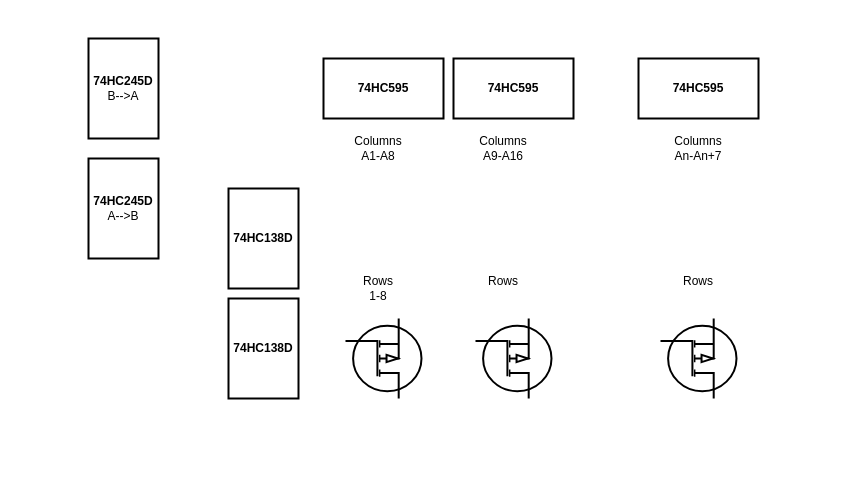
Before: Tesis/Pics/blockDiagram.drawio in charlieromano/PIDS, a draw.io diagram. Source tidied: cells renumbered, new cells numbered last; positions are measured from the earlier drawing's top-left corner, leaving out a move shared by most shapes. Both pictures are drawn from the tidied source at 100%, with x=0, y=0 at pixel (88, 38). Pictures stored in the file or linked from it are replaced by grey dashed boxes.
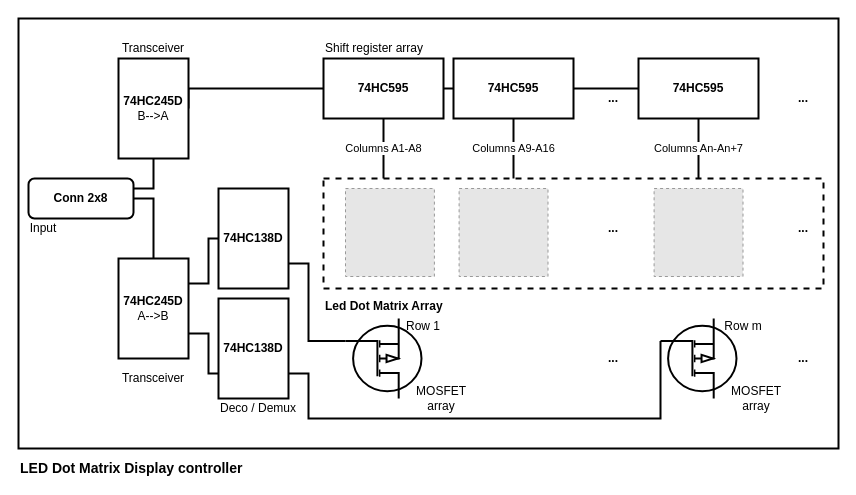
After the change.

The change refers to these unchanged cells:
```xml
<mxCell id="6" value="&lt;b&gt;74HC595&lt;/b&gt;" style="rounded=0;whiteSpace=wrap;html=1;strokeWidth=2;" parent="1" vertex="1">
  <mxGeometry x="235" y="20" width="120" height="60" as="geometry" />
</mxCell>
<mxCell id="7" value="&lt;b&gt;74HC595&lt;/b&gt;" style="rounded=0;whiteSpace=wrap;html=1;strokeWidth=2;" parent="1" vertex="1">
  <mxGeometry x="365" y="20" width="120" height="60" as="geometry" />
</mxCell>
<mxCell id="8" value="&lt;b&gt;74HC595&lt;/b&gt;" style="rounded=0;whiteSpace=wrap;html=1;strokeWidth=2;" parent="1" vertex="1">
  <mxGeometry x="550" y="20" width="120" height="60" as="geometry" />
</mxCell>
<mxCell id="9" style="verticalLabelPosition=bottom;shadow=0;dashed=0;align=center;html=1;verticalAlign=top;shape=mxgraph.electrical.mosfets1.mosfet_ic_p;strokeWidth=2;flipH=0;flipV=1;" parent="1" vertex="1">
  <mxGeometry x="257" y="280" width="76" height="80" as="geometry" />
</mxCell>
<mxCell id="11" style="verticalLabelPosition=bottom;shadow=0;dashed=0;align=center;html=1;verticalAlign=top;shape=mxgraph.electrical.mosfets1.mosfet_ic_p;strokeWidth=2;flipH=0;flipV=1;" parent="1" vertex="1">
  <mxGeometry x="572" y="280" width="76" height="80" as="geometry" />
</mxCell>
```

Diff of the diagram source:
```diff
@@
+    <mxCell id="18" style="edgeStyle=orthogonalEdgeStyle;rounded=0;jettySize=auto;html=1;exitX=1;exitY=0.5;exitDx=0;exitDy=0;entryX=0;entryY=0.5;entryDx=0;entryDy=0;endArrow=none;endFill=0;strokeWidth=2;" parent="1" edge="1" source="2" target="6">
+      <mxGeometry relative="1" as="geometry">
+        <Array as="points">
+          <mxPoint x="100" y="50" />
+        </Array>
+      </mxGeometry>
+    </mxCell>
+    <mxCell id="19" style="edgeStyle=orthogonalEdgeStyle;rounded=0;jettySize=auto;html=1;exitX=0.5;exitY=1;exitDx=0;exitDy=0;entryX=1;entryY=0.25;entryDx=0;entryDy=0;endArrow=none;endFill=0;strokeWidth=2;" parent="1" edge="1" source="2" target="27">
+      <mxGeometry relative="1" as="geometry">
+        <Array as="points">
+          <mxPoint x="65" y="150" />
+        </Array>
+      </mxGeometry>
+    </mxCell>
     <mxCell id="2" value="&lt;div&gt;&lt;b&gt;74HC245D&lt;/b&gt;&lt;/div&gt;&lt;div&gt;B--&amp;gt;A&lt;b&gt;&lt;br&gt;&lt;/b&gt;&lt;/div&gt;" style="rounded=0;whiteSpace=wrap;html=1;strokeWidth=2;" parent="1" vertex="1">
-      <mxGeometry width="70" height="100" as="geometry" />
+      <mxGeometry x="30" y="20" width="70" height="100" as="geometry" />
     </mxCell>
+    <mxCell id="20" style="edgeStyle=orthogonalEdgeStyle;rounded=0;jettySize=auto;html=1;exitX=1;exitY=0.25;exitDx=0;exitDy=0;entryX=0;entryY=0.5;entryDx=0;entryDy=0;endArrow=none;endFill=0;strokeWidth=2;" parent="1" edge="1" source="3" target="4">
+      <mxGeometry relative="1" as="geometry" />
+    </mxCell>
+    <mxCell id="21" style="edgeStyle=orthogonalEdgeStyle;rounded=0;jettySize=auto;html=1;exitX=1;exitY=0.75;exitDx=0;exitDy=0;entryX=0;entryY=0.75;entryDx=0;entryDy=0;endArrow=none;endFill=0;strokeWidth=2;" parent="1" edge="1" source="3" target="5">
+      <mxGeometry relative="1" as="geometry" />
+    </mxCell>
     <mxCell id="3" value="&lt;div&gt;&lt;b&gt;74HC245D&lt;/b&gt;&lt;/div&gt;&lt;div&gt;A--&amp;gt;B&lt;b&gt;&lt;br&gt;&lt;/b&gt;&lt;/div&gt;" style="rounded=0;whiteSpace=wrap;html=1;strokeWidth=2;" parent="1" vertex="1">
-      <mxGeometry y="120" width="70" height="100" as="geometry" />
+      <mxGeometry x="30" y="220" width="70" height="100" as="geometry" />
     </mxCell>
+    <mxCell id="22" style="edgeStyle=orthogonalEdgeStyle;rounded=0;jettySize=auto;html=1;exitX=1;exitY=0.75;exitDx=0;exitDy=0;entryX=0;entryY=0.72;entryDx=0;entryDy=0;entryPerimeter=0;endArrow=none;endFill=0;strokeWidth=2;" parent="1" edge="1" source="4" target="9">
+      <mxGeometry relative="1" as="geometry">
+        <Array as="points">
+          <mxPoint x="220" y="225" />
+          <mxPoint x="220" y="302" />
+        </Array>
+      </mxGeometry>
+    </mxCell>
     <mxCell id="4" value="&lt;b&gt;74HC138D&lt;/b&gt;" style="rounded=0;whiteSpace=wrap;html=1;strokeWidth=2;" parent="1" vertex="1">
-      <mxGeometry x="140" y="150" width="70" height="100" as="geometry" />
+      <mxGeometry x="130" y="150" width="70" height="100" as="geometry" />
     </mxCell>
+    <mxCell id="23" style="edgeStyle=orthogonalEdgeStyle;rounded=0;jettySize=auto;html=1;exitX=1;exitY=0.75;exitDx=0;exitDy=0;entryX=0;entryY=0.72;entryDx=0;entryDy=0;entryPerimeter=0;endArrow=none;endFill=0;strokeWidth=2;" parent="1" edge="1" source="5" target="11">
+      <mxGeometry relative="1" as="geometry">
+        <Array as="points">
+          <mxPoint x="220" y="335" />
+          <mxPoint x="220" y="380" />
+          <mxPoint x="572" y="380" />
+        </Array>
+      </mxGeometry>
+    </mxCell>
     <mxCell id="5" value="&lt;b&gt;74HC138D&lt;/b&gt;" style="rounded=0;whiteSpace=wrap;html=1;strokeWidth=2;" parent="1" vertex="1">
-      <mxGeometry x="140" y="260" width="70" height="100" as="geometry" />
+      <mxGeometry x="130" y="260" width="70" height="100" as="geometry" />
     </mxCell>
+    <mxCell id="24" style="edgeStyle=orthogonalEdgeStyle;rounded=0;jettySize=auto;html=1;exitX=1;exitY=0.5;exitDx=0;exitDy=0;entryX=0;entryY=0.5;entryDx=0;entryDy=0;endArrow=none;endFill=0;strokeWidth=2;" parent="1" edge="1" source="6" target="7">
+      <mxGeometry relative="1" as="geometry" />
+    </mxCell>
+    <mxCell id="12" value="Columns A1-A8" style="edgeStyle=orthogonalEdgeStyle;rounded=0;jettySize=auto;html=1;exitX=0.5;exitY=1;exitDx=0;exitDy=0;endArrow=none;endFill=0;strokeWidth=2;" parent="1" edge="1" source="6">
+      <mxGeometry relative="1" as="geometry">
+        <mxPoint x="295" y="140" as="targetPoint" />
+        <Array as="points">
+          <mxPoint x="295" y="110" />
+          <mxPoint x="295" y="110" />
+        </Array>
+      </mxGeometry>
+    </mxCell>
@@
+    <mxCell id="25" style="edgeStyle=orthogonalEdgeStyle;rounded=0;jettySize=auto;html=1;exitX=1;exitY=0.5;exitDx=0;exitDy=0;entryX=0;entryY=0.5;entryDx=0;entryDy=0;endArrow=none;endFill=0;strokeWidth=2;" parent="1" edge="1" source="7" target="8">
+      <mxGeometry relative="1" as="geometry" />
+    </mxCell>
+    <mxCell id="13" value="Columns A9-A16" style="edgeStyle=orthogonalEdgeStyle;rounded=0;jettySize=auto;html=1;exitX=0.5;exitY=1;exitDx=0;exitDy=0;endArrow=none;endFill=0;strokeWidth=2;" parent="1" edge="1" source="7">
+      <mxGeometry relative="1" as="geometry">
+        <mxPoint x="425" y="140" as="targetPoint" />
+      </mxGeometry>
+    </mxCell>
@@
+    <mxCell id="14" value="Columns An-An+7" style="edgeStyle=orthogonalEdgeStyle;rounded=0;jettySize=auto;html=1;exitX=0.5;exitY=1;exitDx=0;exitDy=0;endArrow=none;endFill=0;strokeWidth=2;" parent="1" edge="1" source="8">
+      <mxGeometry relative="1" as="geometry">
+        <mxPoint x="610" y="140" as="targetPoint" />
+      </mxGeometry>
+    </mxCell>
@@
-    <mxCell id="10" style="verticalLabelPosition=bottom;shadow=0;dashed=0;align=center;html=1;verticalAlign=top;shape=mxgraph.electrical.mosfets1.mosfet_ic_p;strokeWidth=2;flipH=0;flipV=1;" parent="1" vertex="1">
-      <mxGeometry x="387" y="280" width="76" height="80" as="geometry" />
-    </mxCell>
@@
-    <mxCell id="12" value="Columns A1-A8" style="text;html=1;strokeColor=none;fillColor=none;align=center;verticalAlign=middle;whiteSpace=wrap;rounded=0;" parent="1" vertex="1">
-      <mxGeometry x="270" y="100" width="40" height="20" as="geometry" />
-    </mxCell>
-    <mxCell id="13" value="Columns A9-A16" style="text;html=1;strokeColor=none;fillColor=none;align=center;verticalAlign=middle;whiteSpace=wrap;rounded=0;" parent="1" vertex="1">
-      <mxGeometry x="390" y="100" width="50" height="20" as="geometry" />
-    </mxCell>
-    <mxCell id="14" value="Columns An-An+7" style="text;html=1;strokeColor=none;fillColor=none;align=center;verticalAlign=middle;whiteSpace=wrap;rounded=0;" parent="1" vertex="1">
-      <mxGeometry x="585" y="100" width="50" height="20" as="geometry" />
-    </mxCell>
-    <mxCell id="15" value="&lt;div&gt;Rows&lt;/div&gt;&lt;div&gt;1-8&lt;/div&gt;" style="text;html=1;strokeColor=none;fillColor=none;align=center;verticalAlign=middle;whiteSpace=wrap;rounded=0;" parent="1" vertex="1">
-      <mxGeometry x="270" y="240" width="40" height="20" as="geometry" />
+    <mxCell id="15" value="&lt;div&gt;Row 1&lt;/div&gt;" style="text;html=1;strokeColor=none;fillColor=none;align=center;verticalAlign=middle;whiteSpace=wrap;rounded=0;" parent="1" vertex="1">
+      <mxGeometry x="315" y="278" width="40" height="20" as="geometry" />
     </mxCell>
-    <mxCell id="16" value="&lt;div&gt;Rows&lt;/div&gt;&lt;div&gt;&lt;br&gt;&lt;/div&gt;" style="text;html=1;strokeColor=none;fillColor=none;align=center;verticalAlign=middle;whiteSpace=wrap;rounded=0;" parent="1" vertex="1">
-      <mxGeometry x="390" y="240" width="50" height="20" as="geometry" />
-    </mxCell>
-    <mxCell id="17" value="&lt;div&gt;Rows&lt;/div&gt;&lt;div&gt;&lt;br&gt;&lt;/div&gt;" style="text;html=1;strokeColor=none;fillColor=none;align=center;verticalAlign=middle;whiteSpace=wrap;rounded=0;" parent="1" vertex="1">
-      <mxGeometry x="585" y="240" width="50" height="20" as="geometry" />
+    <mxCell id="17" value="&lt;div&gt;Row m&lt;br&gt;&lt;/div&gt;" style="text;html=1;strokeColor=none;fillColor=none;align=center;verticalAlign=middle;whiteSpace=wrap;rounded=0;" parent="1" vertex="1">
+      <mxGeometry x="630" y="278" width="50" height="20" as="geometry" />
     </mxCell>
+    <mxCell id="26" style="edgeStyle=orthogonalEdgeStyle;rounded=0;jettySize=auto;html=1;exitX=1;exitY=0.5;exitDx=0;exitDy=0;entryX=0.5;entryY=0;entryDx=0;entryDy=0;endArrow=none;endFill=0;strokeWidth=2;" parent="1" edge="1" source="27" target="3">
+      <mxGeometry relative="1" as="geometry" />
+    </mxCell>
+    <mxCell id="27" value="&lt;b&gt;Conn 2x8&lt;/b&gt;" style="rounded=1;whiteSpace=wrap;html=1;strokeWidth=2;" parent="1" vertex="1">
+      <mxGeometry x="-60" y="140" width="105" height="40" as="geometry" />
+    </mxCell>
+    <mxCell id="28" value="&lt;b&gt;...&lt;/b&gt;" style="text;html=1;strokeColor=none;fillColor=none;align=center;verticalAlign=middle;whiteSpace=wrap;rounded=0;" parent="1" vertex="1">
+      <mxGeometry x="690" y="50" width="50" height="20" as="geometry" />
+    </mxCell>
+    <mxCell id="29" value="&lt;b&gt;...&lt;/b&gt;" style="text;html=1;strokeColor=none;fillColor=none;align=center;verticalAlign=middle;whiteSpace=wrap;rounded=0;" parent="1" vertex="1">
+      <mxGeometry x="690" y="310" width="50" height="20" as="geometry" />
+    </mxCell>
+    <mxCell id="30" value="&lt;b&gt;...&lt;/b&gt;" style="text;html=1;strokeColor=none;fillColor=none;align=center;verticalAlign=middle;whiteSpace=wrap;rounded=0;" parent="1" vertex="1">
+      <mxGeometry x="500" y="310" width="50" height="20" as="geometry" />
+    </mxCell>
+    <mxCell id="31" value="MOSFET array" style="text;html=1;strokeColor=none;fillColor=none;align=center;verticalAlign=middle;whiteSpace=wrap;rounded=0;" parent="1" vertex="1">
+      <mxGeometry x="333" y="350" width="40" height="20" as="geometry" />
+    </mxCell>
+    <mxCell id="32" value="MOSFET array" style="text;html=1;strokeColor=none;fillColor=none;align=center;verticalAlign=middle;whiteSpace=wrap;rounded=0;" parent="1" vertex="1">
+      <mxGeometry x="648" y="350" width="40" height="20" as="geometry" />
+    </mxCell>
+    <mxCell id="33" value="Shift register array" style="text;html=1;strokeColor=none;fillColor=none;align=left;verticalAlign=middle;whiteSpace=wrap;rounded=0;" parent="1" vertex="1">
+      <mxGeometry x="235" width="250" height="20" as="geometry" />
+    </mxCell>
+    <mxCell id="34" value="Transceiver" style="text;html=1;strokeColor=none;fillColor=none;align=center;verticalAlign=middle;whiteSpace=wrap;rounded=0;" parent="1" vertex="1">
+      <mxGeometry x="45" width="40" height="20" as="geometry" />
+    </mxCell>
+    <mxCell id="35" value="Transceiver" style="text;html=1;strokeColor=none;fillColor=none;align=center;verticalAlign=middle;whiteSpace=wrap;rounded=0;" parent="1" vertex="1">
+      <mxGeometry x="45" y="330" width="40" height="20" as="geometry" />
+    </mxCell>
+    <mxCell id="36" value="Input" style="text;html=1;strokeColor=none;fillColor=none;align=center;verticalAlign=middle;whiteSpace=wrap;rounded=0;" parent="1" vertex="1">
+      <mxGeometry x="-65" y="180" width="40" height="20" as="geometry" />
+    </mxCell>
+    <mxCell id="37" value="Deco / Demux" style="text;html=1;strokeColor=none;fillColor=none;align=center;verticalAlign=middle;whiteSpace=wrap;rounded=0;" parent="1" vertex="1">
+      <mxGeometry x="130" y="360" width="80" height="20" as="geometry" />
+    </mxCell>
+    <mxCell id="38" style="fillColor=#E6E6E6;strokeColor=#999999;dashed=1;verticalLabelPosition=bottom;labelBackgroundColor=#ffffff;verticalAlign=top;" parent="1" vertex="1">
+      <mxGeometry x="257" y="150" width="88.9" height="88" as="geometry" />
+    </mxCell>
+    <mxCell id="39" style="fillColor=#E6E6E6;strokeColor=#999999;dashed=1;verticalLabelPosition=bottom;labelBackgroundColor=#ffffff;verticalAlign=top;" parent="1" vertex="1">
+      <mxGeometry x="370.6" y="150" width="88.9" height="88" as="geometry" />
+    </mxCell>
+    <mxCell id="40" style="fillColor=#E6E6E6;strokeColor=#999999;dashed=1;verticalLabelPosition=bottom;labelBackgroundColor=#ffffff;verticalAlign=top;" parent="1" vertex="1">
+      <mxGeometry x="565.6" y="150" width="88.9" height="88" as="geometry" />
+    </mxCell>
+    <mxCell id="41" value="&lt;b&gt;...&lt;/b&gt;" style="text;html=1;strokeColor=none;fillColor=none;align=center;verticalAlign=middle;whiteSpace=wrap;rounded=0;" parent="1" vertex="1">
+      <mxGeometry x="500" y="50" width="50" height="20" as="geometry" />
+    </mxCell>
+    <mxCell id="42" value="&lt;b&gt;...&lt;/b&gt;" style="text;html=1;strokeColor=none;fillColor=none;align=center;verticalAlign=middle;whiteSpace=wrap;rounded=0;" parent="1" vertex="1">
+      <mxGeometry x="500" y="180" width="50" height="20" as="geometry" />
+    </mxCell>
+    <mxCell id="43" value="&lt;b&gt;...&lt;/b&gt;" style="text;html=1;strokeColor=none;fillColor=none;align=center;verticalAlign=middle;whiteSpace=wrap;rounded=0;" parent="1" vertex="1">
+      <mxGeometry x="690" y="180" width="50" height="20" as="geometry" />
+    </mxCell>
+    <mxCell id="44" style="rounded=0;whiteSpace=wrap;html=1;strokeWidth=2;dashed=1;fillColor=none;" parent="1" vertex="1">
+      <mxGeometry x="235" y="140" width="500" height="110" as="geometry" />
+    </mxCell>
+    <mxCell id="45" value="Led Dot Matrix Array" style="text;html=1;strokeColor=none;fillColor=none;align=left;verticalAlign=middle;whiteSpace=wrap;rounded=0;dashed=1;fontStyle=1;" parent="1" vertex="1">
+      <mxGeometry x="235" y="258" width="190" height="20" as="geometry" />
+    </mxCell>
+    <mxCell id="46" style="rounded=0;whiteSpace=wrap;html=1;strokeWidth=2;fillColor=none;align=left;" parent="1" vertex="1">
+      <mxGeometry x="-70" y="-20" width="820" height="430" as="geometry" />
+    </mxCell>
+    <mxCell id="47" value="LED Dot Matrix Display controller" style="text;html=1;strokeColor=none;fillColor=none;align=left;verticalAlign=middle;whiteSpace=wrap;rounded=0;fontSize=14;fontStyle=1;" parent="1" vertex="1">
+      <mxGeometry x="-70" y="420" width="230" height="20" as="geometry" />
+    </mxCell>
```
